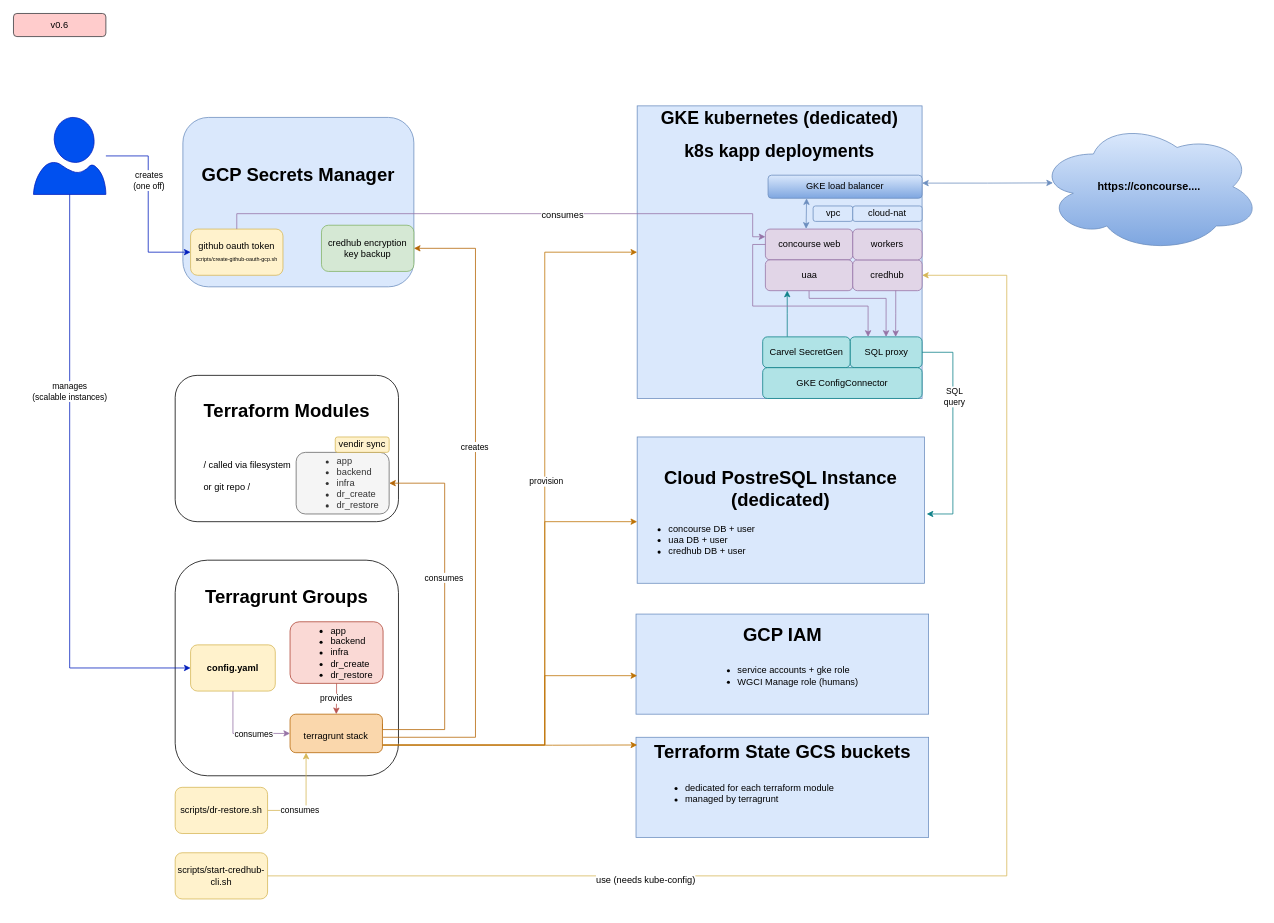
Earlier version of the draw.io diagram docs/concourse-architecture.drawio (cloudfoundry/app-runtime-interfaces-infrastructure). Source tidied: cells renumbered, new cells numbered last; positions are measured from the earlier drawing's top-left corner, leaving out a move shared by most shapes. Both pictures are drawn from the tidied source at 77%, with x=0, y=0 at pixel (13, 13).
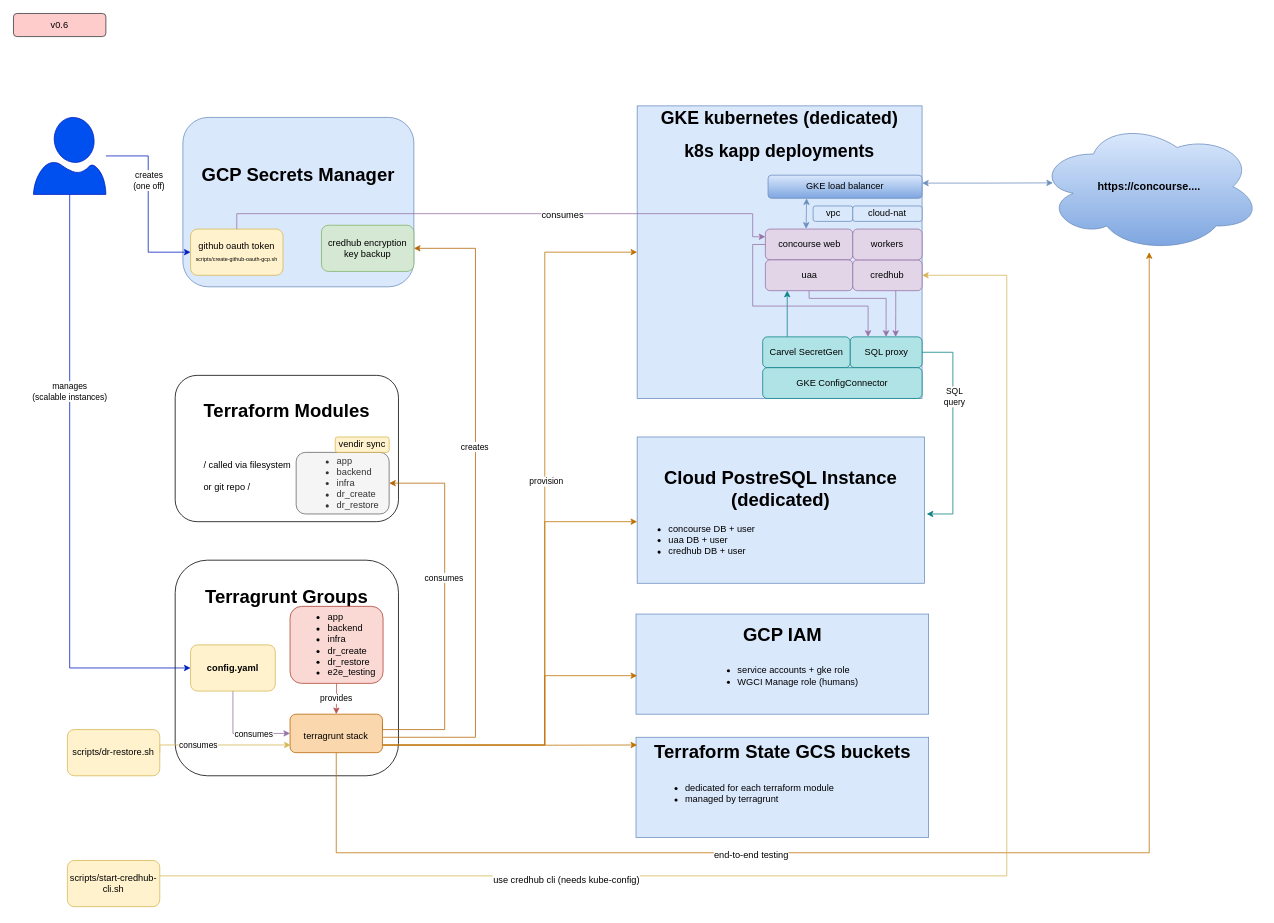
After the change.

The change refers to these unchanged cells:
```xml
<mxCell id="23" value="&lt;p&gt;&lt;/p&gt;&lt;span style=&quot;text-align: left; font-size: 12px; background-color: initial;&quot;&gt;terragrunt stack&lt;/span&gt;&lt;br&gt;&lt;p&gt;&lt;/p&gt;" style="rounded=1;whiteSpace=wrap;html=1;fontSize=24;fillColor=#fad7ac;strokeColor=#b46504;" parent="1" vertex="1">
  <mxGeometry x="359.2" y="910" width="120" height="50" as="geometry" />
</mxCell>
<mxCell id="25" value="&lt;h3&gt;https://concourse....&lt;/h3&gt;" style="ellipse;shape=cloud;whiteSpace=wrap;html=1;rounded=0;glass=0;fontSize=12;fillColor=#dae8fc;gradientColor=#7ea6e0;strokeColor=#6c8ebf;" parent="1" vertex="1">
  <mxGeometry x="1330" y="140" width="290" height="170" as="geometry" />
</mxCell>
<mxCell id="51" style="edgeStyle=orthogonalEdgeStyle;rounded=0;jettySize=auto;html=1;entryX=1;entryY=0.5;entryDx=0;entryDy=0;fillColor=#fff2cc;strokeColor=#d6b656;" parent="1" edge="1" source="53" target="54">
  <mxGeometry relative="1" as="geometry">
    <Array as="points">
      <mxPoint x="1290" y="1120" />
      <mxPoint x="1290" y="340" />
    </Array>
  </mxGeometry>
</mxCell>
```

The edit, as a diff of the source:
```diff
@@
+    <mxCell id="63" style="edgeStyle=orthogonalEdgeStyle;rounded=0;jettySize=auto;html=1;fontSize=7;startArrow=none;startFill=0;endArrow=classic;endFill=1;fillColor=#f0a30a;strokeColor=#BD7000;" parent="1" edge="1" source="23" target="25">
+      <mxGeometry relative="1" as="geometry">
+        <Array as="points">
+          <mxPoint x="419" y="1090" />
+          <mxPoint x="1475" y="1090" />
+        </Array>
+      </mxGeometry>
+    </mxCell>
+    <mxCell id="64" value="&lt;font style=&quot;font-size: 12px;&quot;&gt;end-to-end testing&lt;/font&gt;" style="edgeLabel;html=1;align=center;verticalAlign=middle;fontSize=7;" parent="63" vertex="1">
+      <mxGeometry x="-0.32" y="-2" relative="1" as="geometry" />
+    </mxCell>
@@
-    <mxCell id="39" value="&lt;p&gt;&lt;/p&gt;&lt;ul style=&quot;font-size: 12px;&quot;&gt;&lt;li style=&quot;text-align: left;&quot;&gt;&lt;span style=&quot;background-color: initial;&quot;&gt;app&lt;/span&gt;&lt;/li&gt;&lt;li style=&quot;text-align: left;&quot;&gt;&lt;span style=&quot;background-color: initial;&quot;&gt;backend&lt;/span&gt;&lt;/li&gt;&lt;li style=&quot;text-align: left;&quot;&gt;&lt;span style=&quot;background-color: initial;&quot;&gt;infra&lt;/span&gt;&lt;/li&gt;&lt;li style=&quot;text-align: left;&quot;&gt;&lt;span style=&quot;background-color: initial;&quot;&gt;dr_create&lt;/span&gt;&lt;/li&gt;&lt;li style=&quot;text-align: left;&quot;&gt;&lt;span style=&quot;background-color: initial;&quot;&gt;dr_restore&lt;/span&gt;&lt;/li&gt;&lt;/ul&gt;&lt;p&gt;&lt;/p&gt;" style="rounded=1;whiteSpace=wrap;html=1;fontSize=24;fillColor=#fad9d5;strokeColor=#ae4132;" parent="1" vertex="1">
-      <mxGeometry x="359.2" y="790" width="120.8" height="80" as="geometry" />
+    <mxCell id="39" value="&lt;p&gt;&lt;/p&gt;&lt;ul style=&quot;font-size: 12px;&quot;&gt;&lt;li style=&quot;text-align: left;&quot;&gt;&lt;span style=&quot;background-color: initial;&quot;&gt;app&lt;/span&gt;&lt;/li&gt;&lt;li style=&quot;text-align: left;&quot;&gt;&lt;span style=&quot;background-color: initial;&quot;&gt;backend&lt;/span&gt;&lt;/li&gt;&lt;li style=&quot;text-align: left;&quot;&gt;&lt;span style=&quot;background-color: initial;&quot;&gt;infra&lt;/span&gt;&lt;/li&gt;&lt;li style=&quot;text-align: left;&quot;&gt;&lt;span style=&quot;background-color: initial;&quot;&gt;dr_create&lt;/span&gt;&lt;/li&gt;&lt;li style=&quot;text-align: left;&quot;&gt;&lt;span style=&quot;background-color: initial;&quot;&gt;dr_restore&lt;/span&gt;&lt;/li&gt;&lt;li style=&quot;text-align: left;&quot;&gt;e2e_testing&lt;/li&gt;&lt;/ul&gt;&lt;p&gt;&lt;/p&gt;" style="rounded=1;whiteSpace=wrap;html=1;fontSize=24;fillColor=#fad9d5;strokeColor=#ae4132;" parent="1" vertex="1">
+      <mxGeometry x="359.2" y="770" width="120.8" height="100" as="geometry" />
     </mxCell>
@@
-    <mxCell id="48" style="edgeStyle=orthogonalEdgeStyle;rounded=0;jettySize=auto;html=1;fillColor=#fff2cc;strokeColor=#d6b656;" parent="1" edge="1" source="50" target="23">
+    <mxCell id="48" style="edgeStyle=orthogonalEdgeStyle;rounded=0;jettySize=auto;html=1;fillColor=#fff2cc;strokeColor=#d6b656;exitX=1;exitY=0.5;exitDx=0;exitDy=0;" parent="1" edge="1" source="50">
       <mxGeometry relative="1" as="geometry">
+        <mxPoint x="360" y="950" as="targetPoint" />
         <Array as="points">
-          <mxPoint x="380" y="1035" />
+          <mxPoint x="190" y="950" />
+          <mxPoint x="360" y="950" />
         </Array>
       </mxGeometry>
     </mxCell>
@@
     <mxCell id="50" value="&lt;h5 style=&quot;font-size: 12px;&quot;&gt;&lt;span style=&quot;font-weight: normal;&quot;&gt;scripts/dr-restore.sh&lt;/span&gt;&lt;/h5&gt;" style="rounded=1;whiteSpace=wrap;html=1;fontSize=24;fillColor=#fff2cc;strokeColor=#d6b656;" parent="1" vertex="1">
-      <mxGeometry x="210" y="1005" width="120" height="60" as="geometry" />
+      <mxGeometry x="70" y="930" width="120" height="60" as="geometry" />
     </mxCell>
@@
-    <mxCell id="52" value="&lt;span style=&quot;font-size: 12px;&quot;&gt;use (needs kube-config)&lt;/span&gt;" style="edgeLabel;html=1;align=center;verticalAlign=middle;fontSize=23;" parent="51" vertex="1">
+    <mxCell id="52" value="&lt;span style=&quot;font-size: 12px;&quot;&gt;use credhub cli (needs kube-config)&lt;/span&gt;" style="edgeLabel;html=1;align=center;verticalAlign=middle;fontSize=23;" parent="51" vertex="1">
       <mxGeometry x="-0.47" y="-1" relative="1" as="geometry" />
     </mxCell>
     <mxCell id="53" value="&lt;h5 style=&quot;font-size: 12px;&quot;&gt;&lt;span style=&quot;font-weight: normal;&quot;&gt;scripts/start-credhub-cli.sh&lt;/span&gt;&lt;/h5&gt;" style="rounded=1;whiteSpace=wrap;html=1;fontSize=24;fillColor=#fff2cc;strokeColor=#d6b656;" parent="1" vertex="1">
-      <mxGeometry x="210" y="1090" width="120" height="60" as="geometry" />
+      <mxGeometry x="70" y="1100" width="120" height="60" as="geometry" />
     </mxCell>
```
